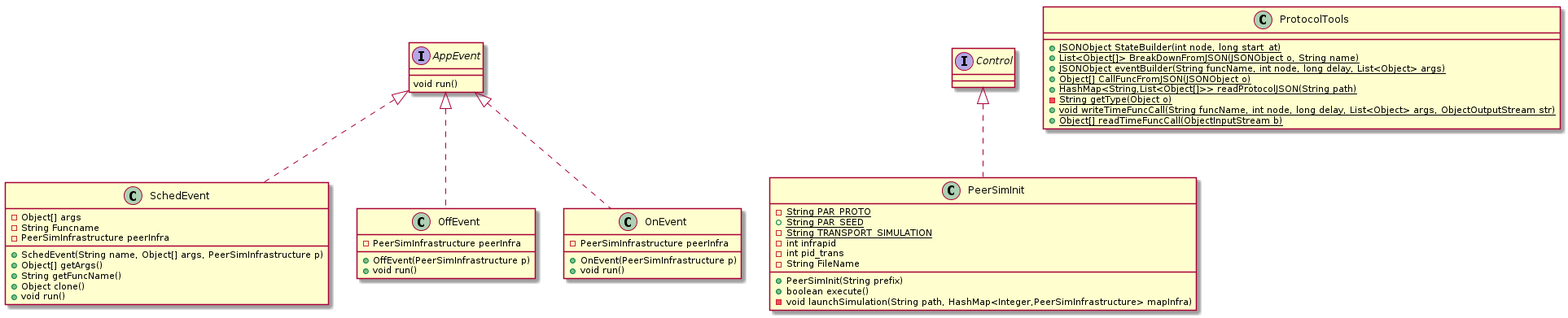
Earlier version of the PlantUML export Rapport_carnet/uml/uml5.png (PolyProcessInterface/ppi). Its diagram source:
```plantuml
@startuml
class SchedEvent [[java:org.sar.ppi.communication.AppEvents.SchedEvent]] {
	-Object[] args
	-String Funcname
	-PeerSimInfrastructure peerInfra
	+SchedEvent(String name, Object[] args, PeerSimInfrastructure p)
	+Object[] getArgs()
	+String getFuncName()
	+Object clone()
	+void run()
}
interface AppEvent [[java:org.sar.ppi.communication.AppEvents.AppEvent]] {
}
AppEvent <|.. SchedEvent
interface AppEvent [[java:org.sar.ppi.communication.AppEvents.AppEvent]] {
	void run()
}
class OffEvent [[java:org.sar.ppi.communication.AppEvents.OffEvent]] {
	-PeerSimInfrastructure peerInfra
	+OffEvent(PeerSimInfrastructure p)
	+void run()
}
interface AppEvent [[java:org.sar.ppi.communication.AppEvents.AppEvent]] {
}
AppEvent <|.. OffEvent
class OnEvent [[java:org.sar.ppi.communication.AppEvents.OnEvent]] {
	-PeerSimInfrastructure peerInfra
	+OnEvent(PeerSimInfrastructure p)
	+void run()
}
interface AppEvent [[java:org.sar.ppi.communication.AppEvents.AppEvent]] {
}
AppEvent <|.. OnEvent
class PeerSimInit [[java:org.sar.ppi.peersim.PeerSimInit]] {
	-{static}String PAR_PROTO
	+{static}String PAR_SEED
	-{static}String TRANSPORT_SIMULATION
	-int infrapid
	-int pid_trans
	-String FileName
	+PeerSimInit(String prefix)
	+boolean execute()
	-void launchSimulation(String path, HashMap<Integer,PeerSimInfrastructure> mapInfra)
}
interface Control [[java:jdk.jfr.internal.Control]] {
}
Control <|.. PeerSimInit
class ProtocolTools [[java:org.sar.ppi.tools.ProtocolTools]] {
	+{static}JSONObject StateBuilder(int node, long start_at)
	+{static}List<Object[]> BreakDownFromJSON(JSONObject o, String name)
	+{static}JSONObject eventBuilder(String funcName, int node, long delay, List<Object> args)
	+{static}Object[] CallFuncFromJSON(JSONObject o)
	+{static}HashMap<String,List<Object[]>> readProtocolJSON(String path)
	-{static}String getType(Object o)
	+{static}void writeTimeFuncCall(String funcName, int node, long delay, List<Object> args, ObjectOutputStream str)
	+{static}Object[] readTimeFuncCall(ObjectInputStream b)
}
@enduml
```
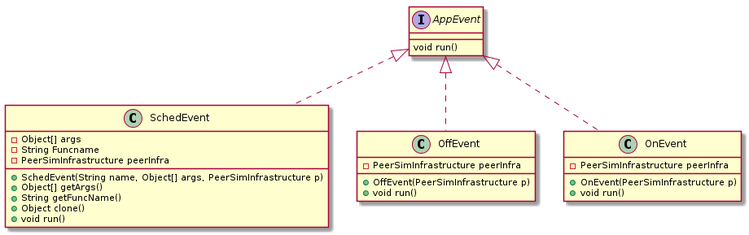
Above is the later version.

Diff of the diagram source:
```diff
@@ -31,28 +31,4 @@
 interface AppEvent [[java:org.sar.ppi.communication.AppEvents.AppEvent]] {
 }
 AppEvent <|.. OnEvent
-class PeerSimInit [[java:org.sar.ppi.peersim.PeerSimInit]] {
-	-{static}String PAR_PROTO
-	+{static}String PAR_SEED
-	-{static}String TRANSPORT_SIMULATION
-	-int infrapid
-	-int pid_trans
-	-String FileName
-	+PeerSimInit(String prefix)
-	+boolean execute()
-	-void launchSimulation(String path, HashMap<Integer,PeerSimInfrastructure> mapInfra)
-}
-interface Control [[java:jdk.jfr.internal.Control]] {
-}
-Control <|.. PeerSimInit
-class ProtocolTools [[java:org.sar.ppi.tools.ProtocolTools]] {
-	+{static}JSONObject StateBuilder(int node, long start_at)
-	+{static}List<Object[]> BreakDownFromJSON(JSONObject o, String name)
-	+{static}JSONObject eventBuilder(String funcName, int node, long delay, List<Object> args)
-	+{static}Object[] CallFuncFromJSON(JSONObject o)
-	+{static}HashMap<String,List<Object[]>> readProtocolJSON(String path)
-	-{static}String getType(Object o)
-	+{static}void writeTimeFuncCall(String funcName, int node, long delay, List<Object> args, ObjectOutputStream str)
-	+{static}Object[] readTimeFuncCall(ObjectInputStream b)
-}
 @enduml
```
